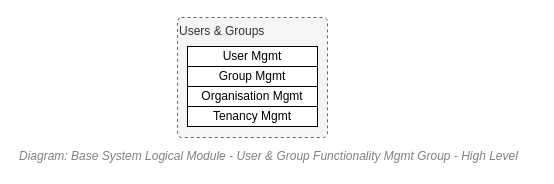
Above: 43.Functionality View/Functionality View - Capabilities - Base System Logical Module - User & Group Management.drawio in skysgh/System.Design.Resources.Service (draw.io), before the change. Source tidied: cells renumbered, new cells numbered last; positions are measured from the earlier drawing's top-left corner, leaving out a move shared by most shapes. Both pictures are drawn from the tidied source at 100%, with x=0, y=0 at pixel (17, 17).
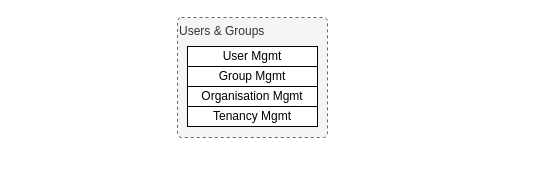
After the change.

The edit, as a diff of the source:
```diff
@@
 <mxGraphModel>
   <root>
     <mxCell id="0" />
     <mxCell id="1" parent="0" />
     <mxCell id="2" value="Users &amp;amp; Groups" style="rounded=1;whiteSpace=wrap;html=1;strokeWidth=1;fillColor=#f5f5f5;dashed=1;absoluteArcSize=1;arcSize=8;align=left;verticalAlign=top;strokeColor=#666666;fontColor=#333333;" parent="1" vertex="1">
       <mxGeometry x="160" width="150" height="120" as="geometry" />
     </mxCell>
     <mxCell id="3" value="User Mgmt" style="rounded=0;whiteSpace=wrap;html=1;" parent="1" vertex="1">
       <mxGeometry x="170" y="29" width="130" height="20" as="geometry" />
     </mxCell>
     <mxCell id="4" value="Group Mgmt" style="rounded=0;whiteSpace=wrap;html=1;" parent="1" vertex="1">
       <mxGeometry x="170" y="49" width="130" height="20" as="geometry" />
     </mxCell>
     <mxCell id="5" value="Organisation Mgmt" style="rounded=0;whiteSpace=wrap;html=1;" parent="1" vertex="1">
       <mxGeometry x="170" y="69" width="130" height="20" as="geometry" />
     </mxCell>
     <mxCell id="6" value="Tenancy Mgmt" style="rounded=0;whiteSpace=wrap;html=1;" parent="1" vertex="1">
       <mxGeometry x="170" y="89" width="130" height="20" as="geometry" />
     </mxCell>
-    <mxCell id="7" value="&lt;font style=&quot;font-size: 12px&quot;&gt;Diagram: Base System Logical Module - User &amp;amp; Group Functionality Mgmt Group - High Level&lt;/font&gt;" style="text;strokeColor=none;fillColor=none;html=1;fontSize=12;fontStyle=2;verticalAlign=middle;align=left;shadow=0;glass=0;comic=0;opacity=30;fontColor=#808080;strokeWidth=1;" parent="1" vertex="1">
-      <mxGeometry y="129" width="520" height="20" as="geometry" />
-    </mxCell>
   </root>
 </mxGraphModel>
```
